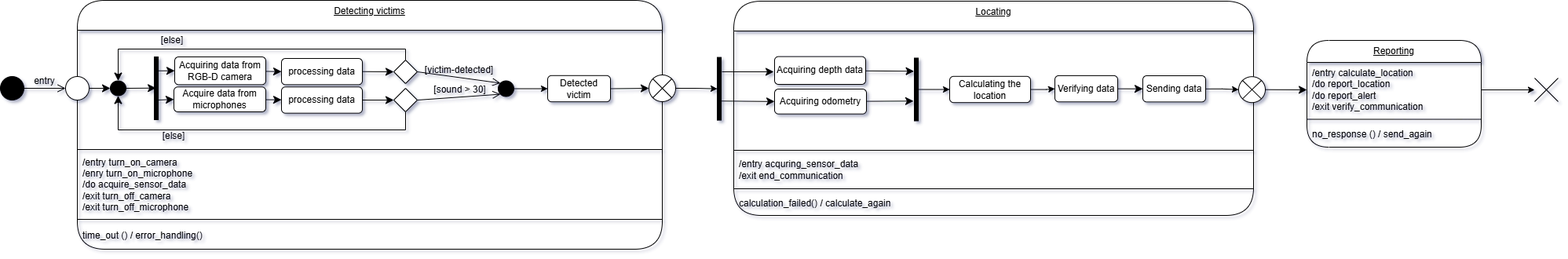
Earlier version of the draw.io export diagrams/behavioral_diagrams/state_machine_victim_detection.drawio.png (mohamedeyaad/CogArch-SAR-TIAGo). Source tidied: cells renumbered, new cells last; positions are measured from the earlier drawing's top-left corner, leaving out a move shared by most shapes. Its diagram source:
```xml
<mxGraphModel>
  <root>
    <mxCell id="0" />
    <mxCell id="1" parent="0" />
    <mxCell id="2" value="Detecting victims" style="swimlane;fontStyle=4;align=center;verticalAlign=top;horizontal=1;startSize=38;html=1;rounded=1;absoluteArcSize=1;arcSize=71;whiteSpace=wrap;" parent="1" vertex="1">
      <mxGeometry x="98" width="745" height="317" as="geometry" />
    </mxCell>
    <mxCell id="3" style="fillColor=none;strokeColor=none;" parent="2" vertex="1">
      <mxGeometry y="38" width="745" height="148" as="geometry" />
    </mxCell>
    <mxCell id="4" value="Detected victim" style="html=1;align=center;verticalAlign=middle;rounded=1;absoluteArcSize=1;arcSize=10;whiteSpace=wrap;" parent="3" vertex="1">
      <mxGeometry x="599" y="57.8" width="80" height="33.4" as="geometry" />
    </mxCell>
    <mxCell id="5" style="edgeStyle=none;curved=1;rounded=0;jettySize=auto;html=1;fontSize=12;startSize=8;endSize=8;entryX=0;entryY=0.5;entryDx=0;entryDy=0;" parent="3" edge="1" source="6" target="19">
      <mxGeometry relative="1" as="geometry" />
    </mxCell>
    <mxCell id="6" style="html=1;points=[];perimeter=orthogonalPerimeter;fillColor=strokeColor;" parent="3" vertex="1">
      <mxGeometry x="98" y="34" width="5" height="80" as="geometry" />
    </mxCell>
    <mxCell id="7" style="ellipse;fillColor=strokeColor;html=1;direction=south;" parent="3" vertex="1">
      <mxGeometry x="42" y="64.5" width="20" height="19" as="geometry" />
    </mxCell>
    <mxCell id="8" style="edgeStyle=none;curved=1;rounded=0;jettySize=auto;html=1;fontSize=12;startSize=8;endSize=8;entryX=0;entryY=0.5;entryDx=0;entryDy=0;" parent="3" edge="1" target="21">
      <mxGeometry relative="1" as="geometry">
        <mxPoint x="101" y="89" as="sourcePoint" />
      </mxGeometry>
    </mxCell>
    <mxCell id="9" style="edgeStyle=none;curved=1;rounded=0;jettySize=auto;html=1;entryX=0.43;entryY=0.496;entryDx=0;entryDy=0;entryPerimeter=0;fontSize=12;startSize=8;endSize=8;" parent="3" edge="1" source="7" target="6">
      <mxGeometry relative="1" as="geometry" />
    </mxCell>
    <mxCell id="10" style="rhombus;" parent="3" vertex="1">
      <mxGeometry x="403" y="38" width="30" height="30" as="geometry" />
    </mxCell>
    <mxCell id="11" style="rhombus;" parent="3" vertex="1">
      <mxGeometry x="403" y="74" width="30" height="30" as="geometry" />
    </mxCell>
    <mxCell id="12" style="edgeStyle=elbowEdgeStyle;elbow=vertical;endArrow=classic;html=1;curved=0;rounded=0;endSize=8;startSize=8;fontSize=12;exitX=0.5;exitY=0;exitDx=0;exitDy=0;entryX=0;entryY=0.5;entryDx=0;entryDy=0;" parent="3" edge="1" source="10" target="7">
      <mxGeometry relative="1" as="geometry">
        <Array as="points">
          <mxPoint x="116" y="24" />
        </Array>
      </mxGeometry>
    </mxCell>
    <mxCell id="13" style="edgeStyle=elbowEdgeStyle;elbow=vertical;endArrow=classic;html=1;curved=0;rounded=0;endSize=8;startSize=8;fontSize=12;exitX=0.5;exitY=1;exitDx=0;exitDy=0;entryX=1;entryY=0.5;entryDx=0;entryDy=0;" parent="3" edge="1" source="11" target="7">
      <mxGeometry relative="1" as="geometry">
        <Array as="points">
          <mxPoint x="115" y="127" />
        </Array>
      </mxGeometry>
    </mxCell>
    <mxCell id="14" value="[sound &amp;gt; 30]" style="html=1;verticalAlign=bottom;labelBackgroundColor=none;endArrow=open;endFill=0;rounded=0;fontSize=12;startSize=8;endSize=8;curved=1;exitX=1;exitY=0.5;exitDx=0;exitDy=0;entryX=0;entryY=1;entryDx=0;entryDy=0;" parent="3" edge="1" source="11" target="27">
      <mxGeometry relative="1" as="geometry" />
    </mxCell>
    <mxCell id="15" value="[victim-detected]" style="html=1;verticalAlign=bottom;labelBackgroundColor=none;endArrow=open;endFill=0;rounded=0;fontSize=12;startSize=8;endSize=8;curved=1;exitX=1;exitY=0.5;exitDx=0;exitDy=0;entryX=0;entryY=0;entryDx=0;entryDy=0;" parent="3" edge="1" source="10" target="27">
      <mxGeometry relative="1" as="geometry" />
    </mxCell>
    <mxCell id="16" value="[else]" style="text;html=1;align=center;verticalAlign=middle;whiteSpace=wrap;rounded=0;" parent="3" vertex="1">
      <mxGeometry x="91" y="4" width="60" height="17" as="geometry" />
    </mxCell>
    <mxCell id="17" value="[else]" style="text;html=1;align=center;verticalAlign=middle;whiteSpace=wrap;rounded=0;" parent="3" vertex="1">
      <mxGeometry x="93" y="126" width="60" height="17" as="geometry" />
    </mxCell>
    <mxCell id="18" style="edgeStyle=none;curved=1;rounded=0;jettySize=auto;html=1;fontSize=12;startSize=8;endSize=8;entryX=0;entryY=0.5;entryDx=0;entryDy=0;" parent="3" edge="1" source="19" target="23">
      <mxGeometry relative="1" as="geometry" />
    </mxCell>
    <mxCell id="19" value="Acquiring data from RGB-D camera" style="html=1;align=center;verticalAlign=middle;rounded=1;absoluteArcSize=1;arcSize=10;whiteSpace=wrap;" parent="3" vertex="1">
      <mxGeometry x="124" y="34" width="116" height="35.4" as="geometry" />
    </mxCell>
    <mxCell id="20" style="edgeStyle=none;curved=1;rounded=0;jettySize=auto;html=1;fontSize=12;startSize=8;endSize=8;" parent="3" edge="1" source="21" target="25">
      <mxGeometry relative="1" as="geometry" />
    </mxCell>
    <mxCell id="21" value="Acquire data from microphones" style="html=1;align=center;verticalAlign=middle;rounded=1;absoluteArcSize=1;arcSize=10;whiteSpace=wrap;" parent="3" vertex="1">
      <mxGeometry x="123" y="72.3" width="117" height="31.7" as="geometry" />
    </mxCell>
    <mxCell id="22" style="edgeStyle=none;curved=1;rounded=0;jettySize=auto;html=1;fontSize=12;startSize=8;endSize=8;entryX=0;entryY=0.5;entryDx=0;entryDy=0;exitX=1;exitY=0.5;exitDx=0;exitDy=0;" parent="3" edge="1" source="23" target="10">
      <mxGeometry relative="1" as="geometry" />
    </mxCell>
    <mxCell id="23" value="processing data" style="html=1;align=center;verticalAlign=middle;rounded=1;absoluteArcSize=1;arcSize=10;whiteSpace=wrap;" parent="3" vertex="1">
      <mxGeometry x="260" y="36" width="103" height="33.4" as="geometry" />
    </mxCell>
    <mxCell id="24" style="edgeStyle=none;curved=1;rounded=0;jettySize=auto;html=1;fontSize=12;startSize=8;endSize=8;entryX=0;entryY=0.5;entryDx=0;entryDy=0;" parent="3" edge="1" source="25" target="11">
      <mxGeometry relative="1" as="geometry" />
    </mxCell>
    <mxCell id="25" value="processing data" style="html=1;align=center;verticalAlign=middle;rounded=1;absoluteArcSize=1;arcSize=10;whiteSpace=wrap;" parent="3" vertex="1">
      <mxGeometry x="260" y="72.3" width="103" height="33.4" as="geometry" />
    </mxCell>
    <mxCell id="26" style="edgeStyle=orthogonalEdgeStyle;rounded=0;jettySize=auto;html=1;" parent="3" edge="1" source="27" target="4">
      <mxGeometry relative="1" as="geometry" />
    </mxCell>
    <mxCell id="27" style="ellipse;fillColor=strokeColor;html=1;" parent="3" vertex="1">
      <mxGeometry x="536" y="64.5" width="20" height="20" as="geometry" />
    </mxCell>
    <mxCell id="28" style="line;strokeWidth=1;fillColor=none;align=left;verticalAlign=middle;spacingTop=-1;spacingLeft=3;spacingRight=3;labelPosition=right;" parent="2" vertex="1">
      <mxGeometry y="186" width="745" height="8" as="geometry" />
    </mxCell>
    <mxCell id="29" value="/entry turn_on_camera&lt;div&gt;/enry turn_on_microphone&lt;/div&gt;&lt;div&gt;/do acquire_sensor_data&lt;/div&gt;&lt;div&gt;/exit turn_off_camera&lt;/div&gt;&lt;div&gt;/exit turn_off_microphone&lt;/div&gt;" style="fillColor=none;strokeColor=none;align=left;verticalAlign=middle;spacingLeft=5;whiteSpace=wrap;html=1;" parent="2" vertex="1">
      <mxGeometry y="194" width="745" height="81" as="geometry" />
    </mxCell>
    <mxCell id="30" style="line;strokeWidth=1;fillColor=none;align=left;verticalAlign=middle;spacingTop=-1;spacingLeft=3;spacingRight=3;labelPosition=right;" parent="2" vertex="1">
      <mxGeometry y="275" width="745" height="8" as="geometry" />
    </mxCell>
    <mxCell id="31" value="time_out () / error_handling()" style="fillColor=none;strokeColor=none;align=left;verticalAlign=middle;spacingLeft=5;whiteSpace=wrap;html=1;" parent="2" vertex="1">
      <mxGeometry y="283" width="745" height="34" as="geometry" />
    </mxCell>
    <mxCell id="32" value="Reporting" style="swimlane;fontStyle=4;align=center;verticalAlign=top;horizontal=1;startSize=28;html=1;rounded=1;absoluteArcSize=1;arcSize=71;whiteSpace=wrap;" parent="1" vertex="1">
      <mxGeometry x="1664" y="51" width="222" height="136" as="geometry" />
    </mxCell>
    <mxCell id="33" value="&lt;div&gt;/entry calculate_location&lt;/div&gt;&lt;div&gt;/do report_location&lt;/div&gt;&lt;div&gt;/do report_alert&lt;br&gt;&lt;/div&gt;&lt;div&gt;/exit verify_communication&lt;/div&gt;" style="fillColor=none;strokeColor=none;align=left;verticalAlign=middle;spacingLeft=5;whiteSpace=wrap;html=1;" parent="32" vertex="1">
      <mxGeometry y="28" width="222" height="70" as="geometry" />
    </mxCell>
    <mxCell id="34" style="line;strokeWidth=1;fillColor=none;align=left;verticalAlign=middle;spacingTop=-1;spacingLeft=3;spacingRight=3;labelPosition=right;" parent="32" vertex="1">
      <mxGeometry y="98" width="222" height="5" as="geometry" />
    </mxCell>
    <mxCell id="35" value="no_response () / send_again" style="fillColor=none;strokeColor=none;align=left;verticalAlign=middle;spacingLeft=5;whiteSpace=wrap;html=1;" parent="32" vertex="1">
      <mxGeometry y="103" width="222" height="33" as="geometry" />
    </mxCell>
    <mxCell id="36" style="edgeStyle=none;curved=1;rounded=0;jettySize=auto;html=1;exitX=1;exitY=0.5;exitDx=0;exitDy=0;entryX=0.5;entryY=1;entryDx=0;entryDy=0;fontSize=12;startSize=8;endSize=8;" parent="1" edge="1" source="37" target="7">
      <mxGeometry relative="1" as="geometry" />
    </mxCell>
    <mxCell id="37" style="ellipse;" parent="1" vertex="1">
      <mxGeometry x="83" y="97" width="30" height="30" as="geometry" />
    </mxCell>
    <mxCell id="38" value="entry" style="html=1;verticalAlign=bottom;labelBackgroundColor=none;endArrow=open;endFill=0;rounded=0;fontSize=12;startSize=8;endSize=8;curved=1;entryX=0;entryY=0.5;entryDx=0;entryDy=0;exitX=1;exitY=0.5;exitDx=0;exitDy=0;" parent="1" edge="1" source="43" target="37">
      <mxGeometry relative="1" as="geometry" />
    </mxCell>
    <mxCell id="39" style="edgeStyle=orthogonalEdgeStyle;rounded=0;jettySize=auto;html=1;" parent="1" edge="1" source="40" target="55">
      <mxGeometry relative="1" as="geometry" />
    </mxCell>
    <mxCell id="40" style="shape=sumEllipse;perimeter=ellipsePerimeter;whiteSpace=wrap;html=1;backgroundOutline=1;" parent="1" vertex="1">
      <mxGeometry x="826" y="95" width="34" height="34" as="geometry" />
    </mxCell>
    <mxCell id="41" style="edgeStyle=none;curved=1;rounded=0;jettySize=auto;html=1;fontSize=12;startSize=8;endSize=8;entryX=0;entryY=0.5;entryDx=0;entryDy=0;exitX=1;exitY=0.5;exitDx=0;exitDy=0;" parent="1" edge="1" source="4" target="40">
      <mxGeometry relative="1" as="geometry" />
    </mxCell>
    <mxCell id="42" style="edgeStyle=none;curved=1;rounded=0;jettySize=auto;html=1;fontSize=12;startSize=8;endSize=8;entryX=0;entryY=0.5;entryDx=0;entryDy=0;exitX=1;exitY=0.5;exitDx=0;exitDy=0;" parent="1" edge="1" source="62" target="33">
      <mxGeometry relative="1" as="geometry" />
    </mxCell>
    <mxCell id="43" style="ellipse;fillColor=strokeColor;html=1;" parent="1" vertex="1">
      <mxGeometry y="97" width="30" height="30" as="geometry" />
    </mxCell>
    <mxCell id="44" style="shape=umlDestroy;html=1;" parent="1" vertex="1">
      <mxGeometry x="1954" y="99" width="30" height="30" as="geometry" />
    </mxCell>
    <mxCell id="45" style="edgeStyle=orthogonalEdgeStyle;rounded=0;jettySize=auto;html=1;exitX=1;exitY=0.5;exitDx=0;exitDy=0;" parent="1" edge="1" source="33" target="44">
      <mxGeometry relative="1" as="geometry" />
    </mxCell>
    <mxCell id="46" value="Locating" style="swimlane;fontStyle=4;align=center;verticalAlign=top;horizontal=1;startSize=38;html=1;rounded=1;absoluteArcSize=1;arcSize=71;whiteSpace=wrap;" parent="1" vertex="1">
      <mxGeometry x="934" y="1" width="662" height="273" as="geometry" />
    </mxCell>
    <mxCell id="47" style="fillColor=none;strokeColor=none;" parent="46" vertex="1">
      <mxGeometry y="38" width="662" height="148" as="geometry" />
    </mxCell>
    <mxCell id="48" value="Verifying data" style="html=1;align=center;verticalAlign=middle;rounded=1;absoluteArcSize=1;arcSize=10;whiteSpace=wrap;" parent="47" vertex="1">
      <mxGeometry x="409" y="56.9" width="80" height="33.4" as="geometry" />
    </mxCell>
    <mxCell id="49" style="edgeStyle=none;curved=1;rounded=0;jettySize=auto;html=1;fontSize=12;startSize=8;endSize=8;entryX=-0.087;entryY=0.21;entryDx=0;entryDy=0;entryPerimeter=0;" parent="47" edge="1" source="50" target="59">
      <mxGeometry relative="1" as="geometry" />
    </mxCell>
    <mxCell id="50" value="Acquiring depth data" style="html=1;align=center;verticalAlign=middle;rounded=1;absoluteArcSize=1;arcSize=10;whiteSpace=wrap;" parent="47" vertex="1">
      <mxGeometry x="52" y="32.6" width="116" height="35.4" as="geometry" />
    </mxCell>
    <mxCell id="51" style="edgeStyle=none;curved=1;rounded=0;jettySize=auto;html=1;fontSize=12;startSize=8;endSize=8;entryX=-0.206;entryY=0.685;entryDx=0;entryDy=0;entryPerimeter=0;" parent="47" edge="1" source="52" target="59">
      <mxGeometry relative="1" as="geometry" />
    </mxCell>
    <mxCell id="52" value="Acquiring odometry" style="html=1;align=center;verticalAlign=middle;rounded=1;absoluteArcSize=1;arcSize=10;whiteSpace=wrap;" parent="47" vertex="1">
      <mxGeometry x="52" y="74" width="117" height="31.7" as="geometry" />
    </mxCell>
    <mxCell id="53" style="edgeStyle=orthogonalEdgeStyle;rounded=0;jettySize=auto;html=1;" parent="47" edge="1" source="54" target="48">
      <mxGeometry relative="1" as="geometry" />
    </mxCell>
    <mxCell id="54" value="Calculating the location" style="html=1;align=center;verticalAlign=middle;rounded=1;absoluteArcSize=1;arcSize=10;whiteSpace=wrap;" parent="47" vertex="1">
      <mxGeometry x="275" y="57.8" width="103" height="33.4" as="geometry" />
    </mxCell>
    <mxCell id="55" style="html=1;points=[];perimeter=orthogonalPerimeter;fillColor=strokeColor;" parent="47" vertex="1">
      <mxGeometry x="-21" y="33.6" width="5" height="80" as="geometry" />
    </mxCell>
    <mxCell id="56" style="edgeStyle=none;curved=1;rounded=0;jettySize=auto;html=1;fontSize=12;startSize=8;endSize=8;exitX=1.198;exitY=0.229;exitDx=0;exitDy=0;exitPerimeter=0;" parent="47" edge="1" source="55">
      <mxGeometry relative="1" as="geometry">
        <mxPoint x="51" y="52" as="targetPoint" />
      </mxGeometry>
    </mxCell>
    <mxCell id="57" style="edgeStyle=none;curved=1;rounded=0;jettySize=auto;html=1;entryX=0;entryY=0.5;entryDx=0;entryDy=0;fontSize=12;startSize=8;endSize=8;exitX=1.167;exitY=0.696;exitDx=0;exitDy=0;exitPerimeter=0;" parent="47" edge="1" source="55" target="52">
      <mxGeometry relative="1" as="geometry" />
    </mxCell>
    <mxCell id="58" style="edgeStyle=orthogonalEdgeStyle;rounded=0;jettySize=auto;html=1;" parent="47" edge="1" source="59" target="54">
      <mxGeometry relative="1" as="geometry" />
    </mxCell>
    <mxCell id="59" style="html=1;points=[];perimeter=orthogonalPerimeter;fillColor=strokeColor;" parent="47" vertex="1">
      <mxGeometry x="230" y="34.5" width="5" height="80" as="geometry" />
    </mxCell>
    <mxCell id="60" value="Sending data" style="html=1;align=center;verticalAlign=middle;rounded=1;absoluteArcSize=1;arcSize=10;whiteSpace=wrap;" parent="47" vertex="1">
      <mxGeometry x="521" y="57" width="80" height="33.4" as="geometry" />
    </mxCell>
    <mxCell id="61" style="edgeStyle=none;curved=1;rounded=0;jettySize=auto;html=1;fontSize=12;startSize=8;endSize=8;entryX=0;entryY=0.5;entryDx=0;entryDy=0;exitX=1;exitY=0.5;exitDx=0;exitDy=0;" parent="47" edge="1" source="48" target="60">
      <mxGeometry relative="1" as="geometry" />
    </mxCell>
    <mxCell id="62" style="shape=sumEllipse;perimeter=ellipsePerimeter;whiteSpace=wrap;html=1;backgroundOutline=1;" parent="47" vertex="1">
      <mxGeometry x="643" y="58.2" width="34" height="33" as="geometry" />
    </mxCell>
    <mxCell id="63" style="edgeStyle=orthogonalEdgeStyle;rounded=0;jettySize=auto;html=1;" parent="47" edge="1" source="60" target="62">
      <mxGeometry relative="1" as="geometry" />
    </mxCell>
    <mxCell id="64" style="line;strokeWidth=1;fillColor=none;align=left;verticalAlign=middle;spacingTop=-1;spacingLeft=3;spacingRight=3;labelPosition=right;" parent="46" vertex="1">
      <mxGeometry y="186" width="662" height="8" as="geometry" />
    </mxCell>
    <mxCell id="65" value="/entry acquring_sensor_data&lt;div&gt;&lt;span style=&quot;background-color: transparent; color: light-dark(rgb(0, 0, 0), rgb(255, 255, 255));&quot;&gt;/exit end_communication&lt;br&gt;&lt;/span&gt;&lt;/div&gt;" style="fillColor=none;strokeColor=none;align=left;verticalAlign=middle;spacingLeft=5;whiteSpace=wrap;html=1;" parent="46" vertex="1">
      <mxGeometry y="194" width="662" height="41" as="geometry" />
    </mxCell>
    <mxCell id="66" style="line;strokeWidth=1;fillColor=none;align=left;verticalAlign=middle;spacingTop=-1;spacingLeft=3;spacingRight=3;labelPosition=right;" parent="46" vertex="1">
      <mxGeometry y="235" width="662" height="8" as="geometry" />
    </mxCell>
    <mxCell id="67" value="calculation_failed() / calculate_again" style="fillColor=none;strokeColor=none;align=left;verticalAlign=middle;spacingLeft=5;whiteSpace=wrap;html=1;" parent="46" vertex="1">
      <mxGeometry y="243" width="662" height="30" as="geometry" />
    </mxCell>
  </root>
</mxGraphModel>
```
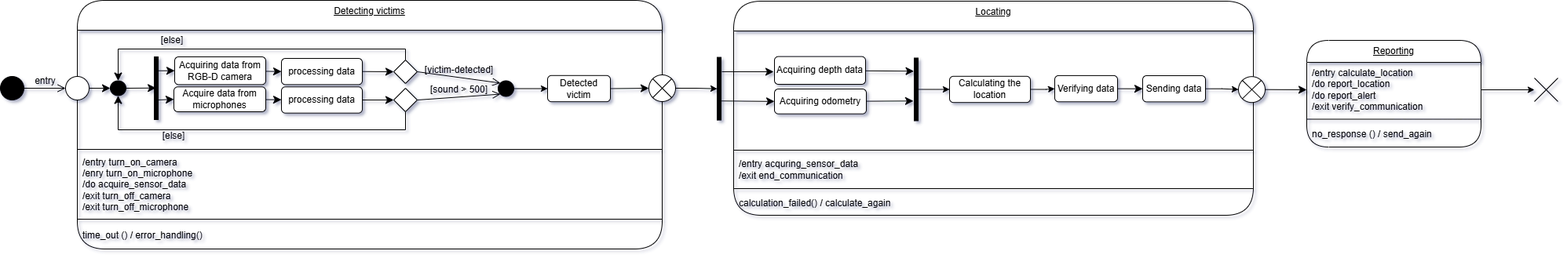
After the commit.

Commit message:
modify state machine diagram of victim detection

Change to the diagram source:
```diff
@@ -48,7 +48,7 @@
         </Array>
       </mxGeometry>
     </mxCell>
-    <mxCell id="14" value="[sound &amp;gt; 30]" style="html=1;verticalAlign=bottom;labelBackgroundColor=none;endArrow=open;endFill=0;rounded=0;fontSize=12;startSize=8;endSize=8;curved=1;exitX=1;exitY=0.5;exitDx=0;exitDy=0;entryX=0;entryY=1;entryDx=0;entryDy=0;" parent="3" edge="1" source="11" target="27">
+    <mxCell id="14" value="[sound &amp;gt; 500]" style="html=1;verticalAlign=bottom;labelBackgroundColor=none;endArrow=open;endFill=0;rounded=0;fontSize=12;startSize=8;endSize=8;curved=1;exitX=1;exitY=0.5;exitDx=0;exitDy=0;entryX=0;entryY=1;entryDx=0;entryDy=0;" parent="3" edge="1" source="11" target="27">
       <mxGeometry relative="1" as="geometry" />
     </mxCell>
     <mxCell id="15" value="[victim-detected]" style="html=1;verticalAlign=bottom;labelBackgroundColor=none;endArrow=open;endFill=0;rounded=0;fontSize=12;startSize=8;endSize=8;curved=1;exitX=1;exitY=0.5;exitDx=0;exitDy=0;entryX=0;entryY=0;entryDx=0;entryDy=0;" parent="3" edge="1" source="10" target="27">
```
